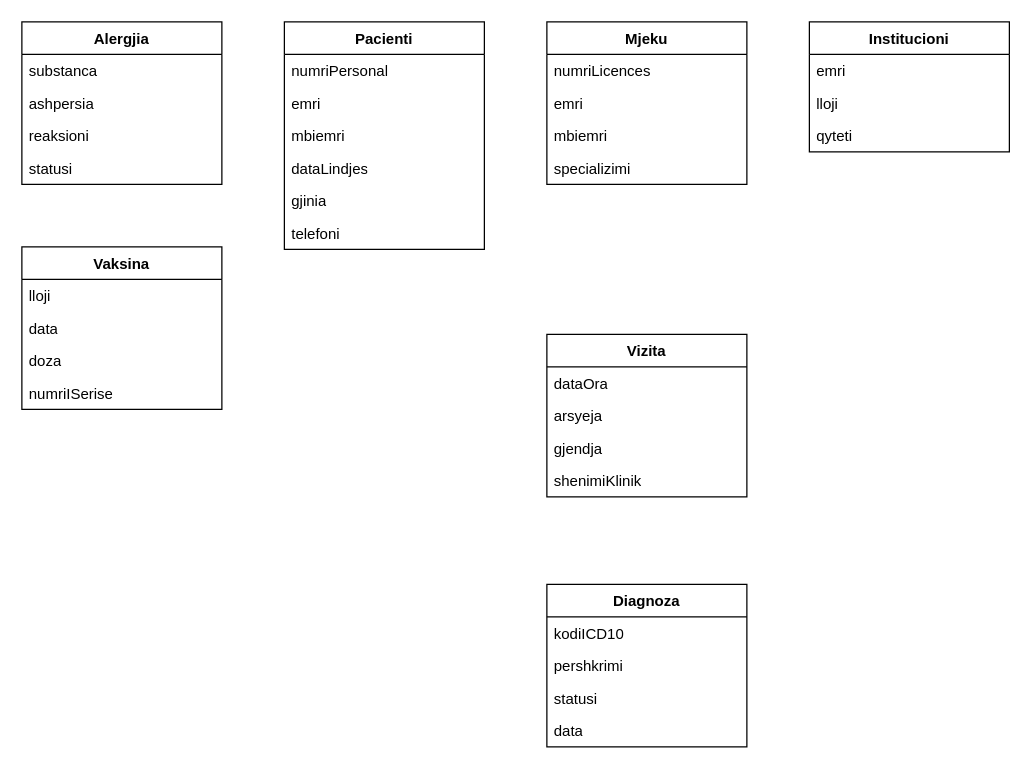
Before: docs/ModeliKonceptual.drawio in blendaarama/eKartela, a draw.io diagram. Source tidied: cells renumbered, new cells numbered last; positions are measured from the earlier drawing's top-left corner, leaving out a move shared by most shapes. Both pictures are drawn from the tidied source at 125%, with x=0, y=0 at pixel (21, 21).
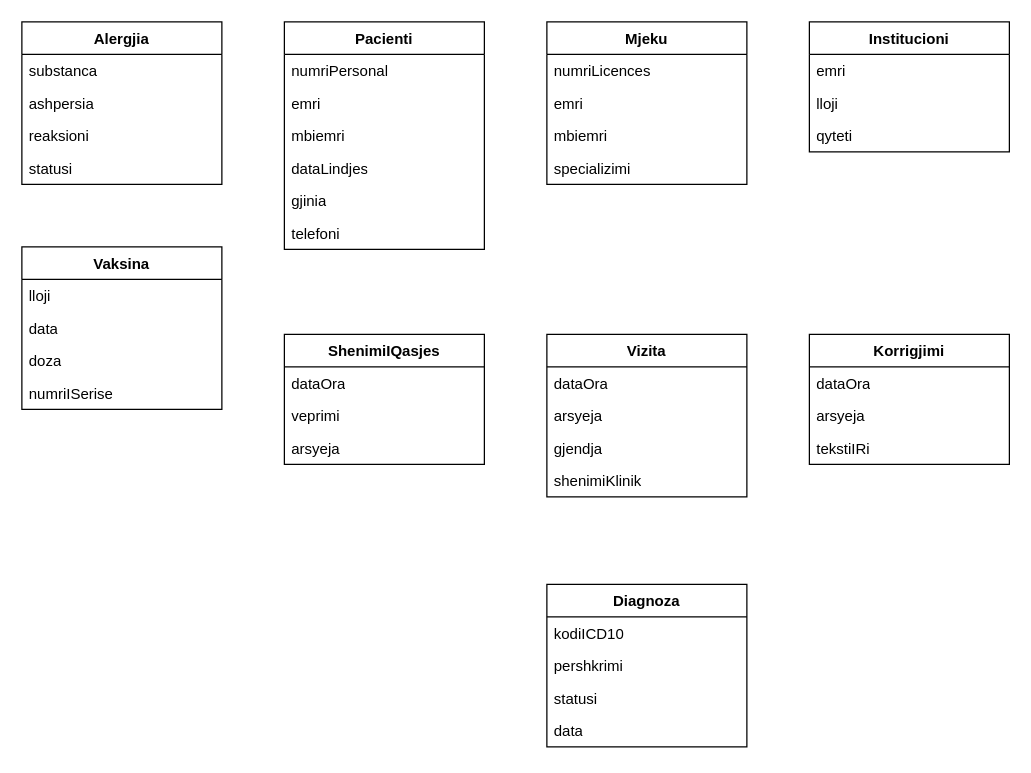
Above is the later version.

Commit message (it also covers changes not shown here):
klasat shenimiQasjes dhe korrigjimi

Change to the diagram source:
```diff
@@
+    <mxCell id="38" value="Korrigjimi" style="swimlane;fontStyle=1;align=center;verticalAlign=top;horizontal=1;startSize=26;whiteSpace=wrap;html=1;" parent="1" vertex="1">
+      <mxGeometry x="630" y="250" width="160" height="104" as="geometry" />
+    </mxCell>
+    <mxCell id="39" value="dataOra" style="text;strokeColor=none;fillColor=none;align=left;verticalAlign=top;spacingLeft=4;spacingRight=4;overflow=hidden;whiteSpace=wrap;html=1;" parent="38" vertex="1">
+      <mxGeometry y="26" width="160" height="26" as="geometry" />
+    </mxCell>
+    <mxCell id="40" value="arsyeja" style="text;strokeColor=none;fillColor=none;align=left;verticalAlign=top;spacingLeft=4;spacingRight=4;overflow=hidden;whiteSpace=wrap;html=1;" parent="38" vertex="1">
+      <mxGeometry y="52" width="160" height="26" as="geometry" />
+    </mxCell>
+    <mxCell id="41" value="tekstiIRi" style="text;strokeColor=none;fillColor=none;align=left;verticalAlign=top;spacingLeft=4;spacingRight=4;overflow=hidden;whiteSpace=wrap;html=1;" parent="38" vertex="1">
+      <mxGeometry y="78" width="160" height="26" as="geometry" />
+    </mxCell>
+    <mxCell id="42" value="ShenimiIQasjes" style="swimlane;fontStyle=1;align=center;verticalAlign=top;horizontal=1;startSize=26;whiteSpace=wrap;html=1;" parent="1" vertex="1">
+      <mxGeometry x="210" y="250" width="160" height="104" as="geometry" />
+    </mxCell>
+    <mxCell id="43" value="dataOra" style="text;strokeColor=none;fillColor=none;align=left;verticalAlign=top;spacingLeft=4;spacingRight=4;overflow=hidden;whiteSpace=wrap;html=1;" parent="42" vertex="1">
+      <mxGeometry y="26" width="160" height="26" as="geometry" />
+    </mxCell>
+    <mxCell id="44" value="veprimi" style="text;strokeColor=none;fillColor=none;align=left;verticalAlign=top;spacingLeft=4;spacingRight=4;overflow=hidden;whiteSpace=wrap;html=1;" parent="42" vertex="1">
+      <mxGeometry y="52" width="160" height="26" as="geometry" />
+    </mxCell>
+    <mxCell id="45" value="arsyeja" style="text;strokeColor=none;fillColor=none;align=left;verticalAlign=top;spacingLeft=4;spacingRight=4;overflow=hidden;whiteSpace=wrap;html=1;" parent="42" vertex="1">
+      <mxGeometry y="78" width="160" height="26" as="geometry" />
+    </mxCell>
```
